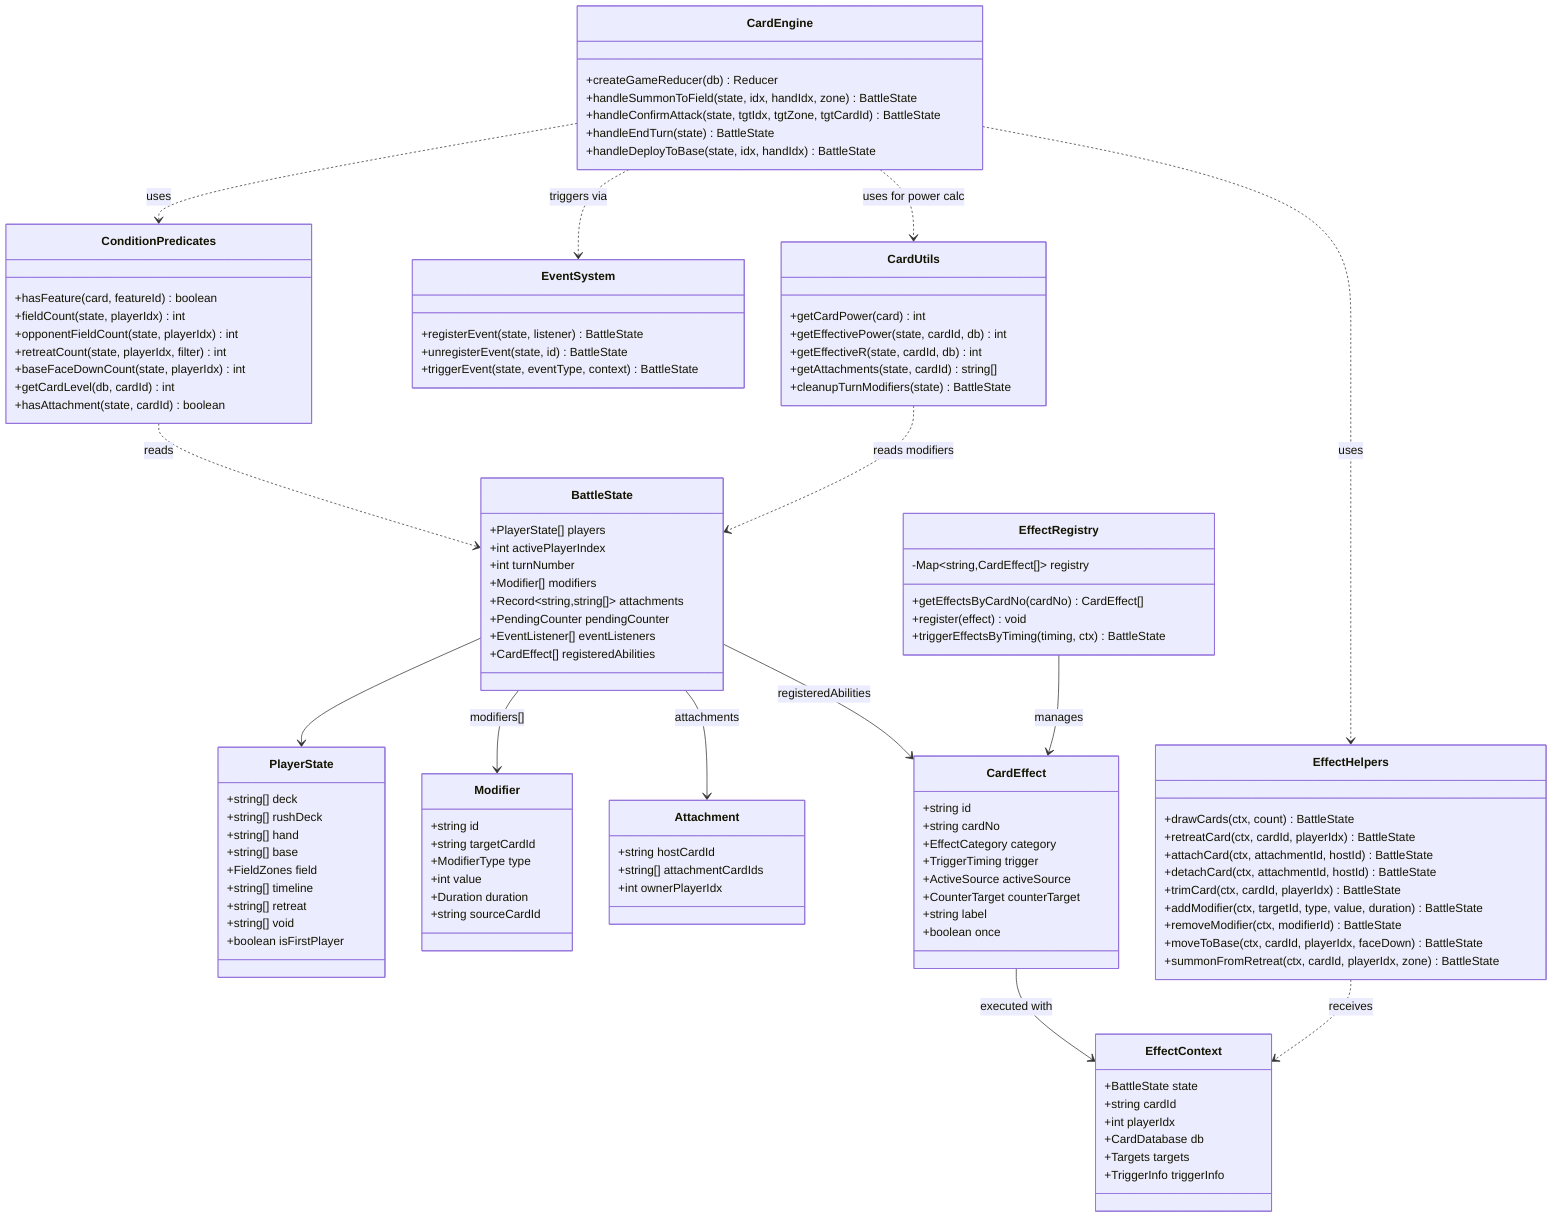
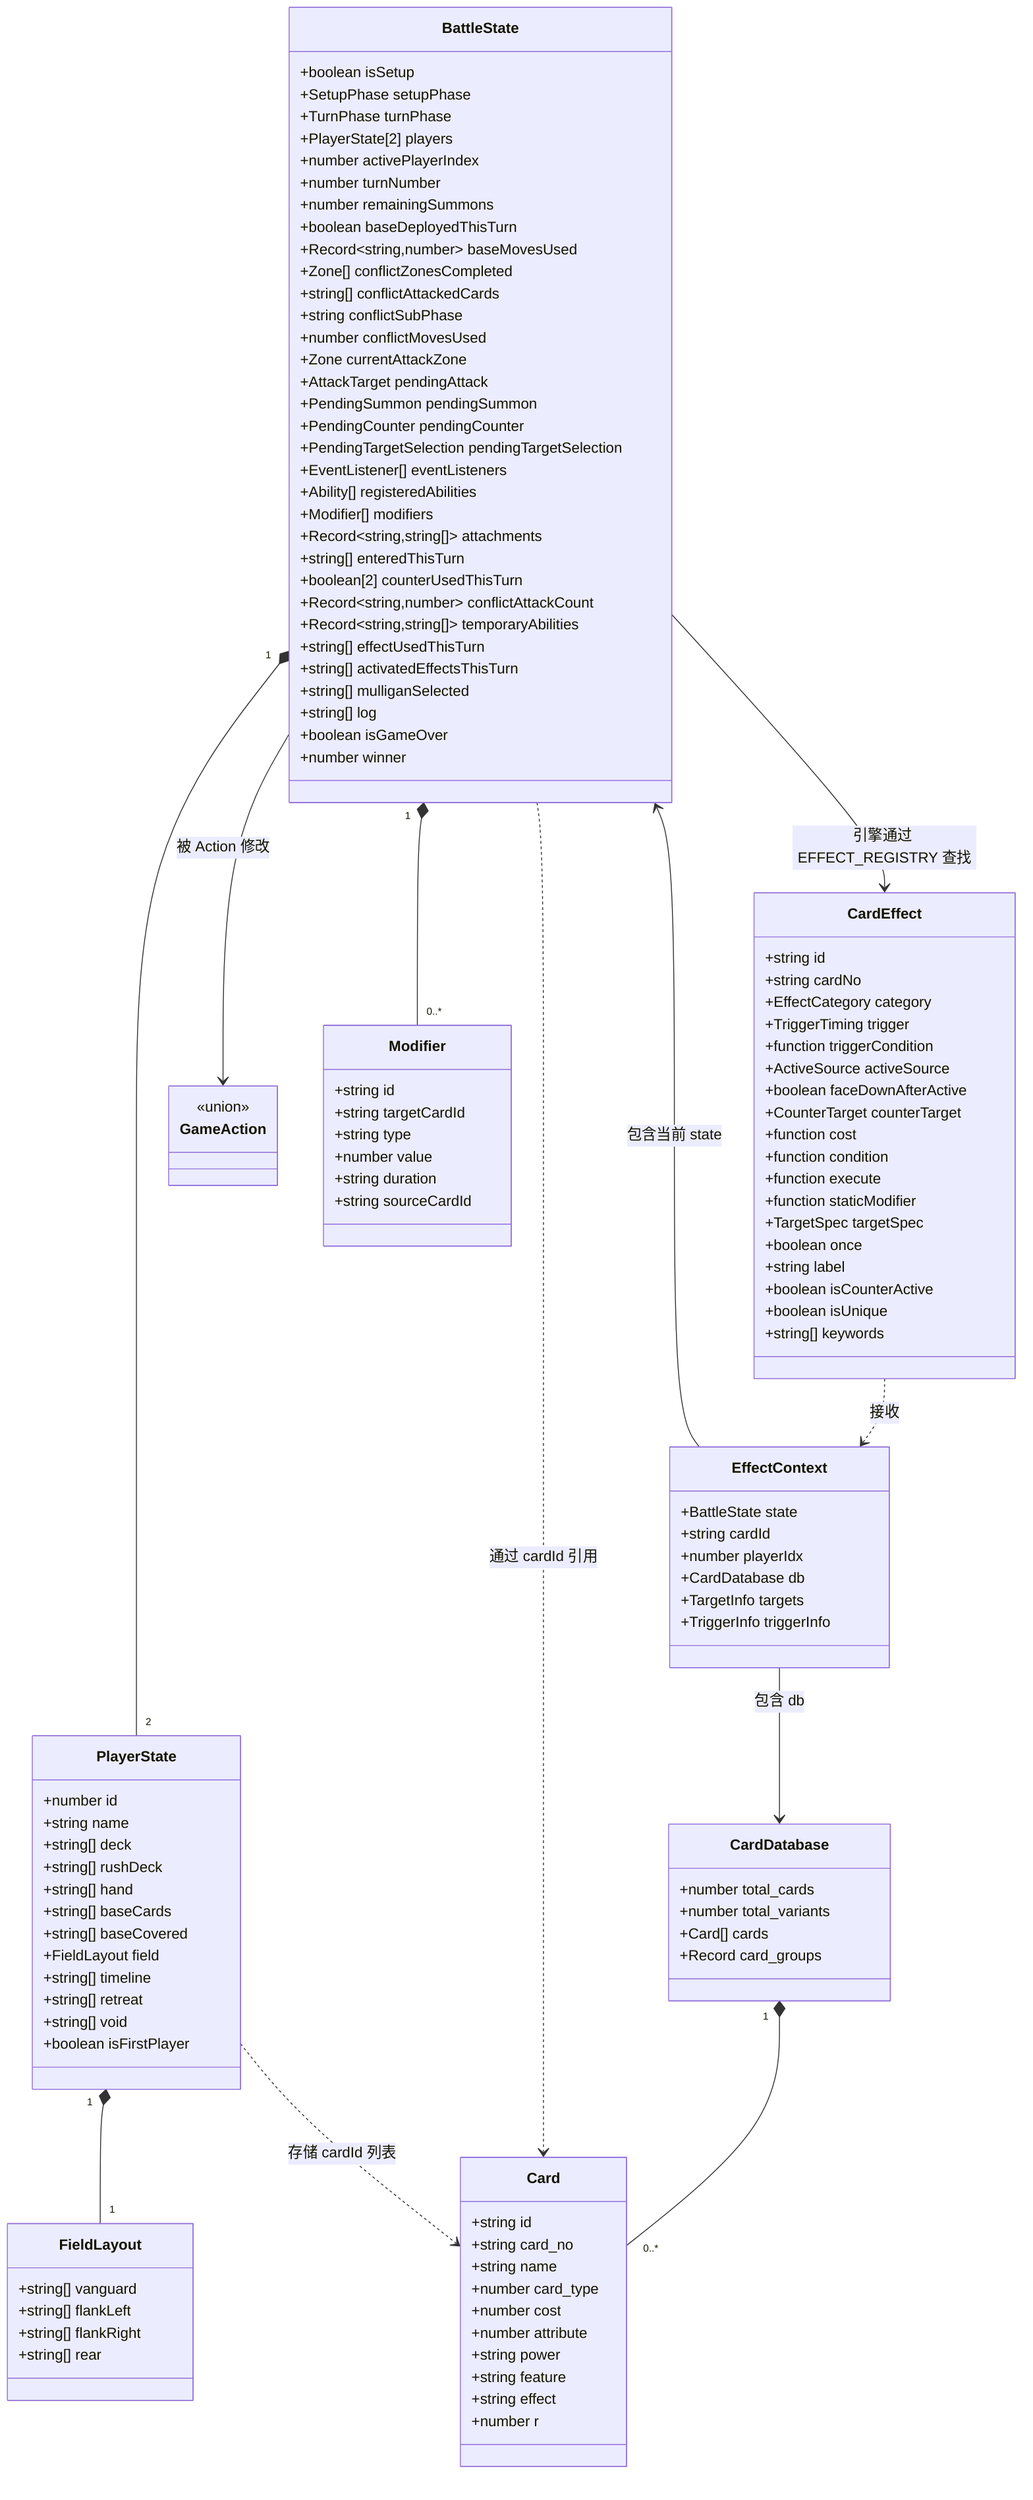
classDiagram
    class BattleState {
-         +PlayerState[] players
-         +int activePlayerIndex
-         +int turnNumber
+         +boolean isSetup
+         +SetupPhase setupPhase
+         +TurnPhase turnPhase
+         +PlayerState[2] players
+         +number activePlayerIndex
+         +number turnNumber
+         +number remainingSummons
+         +boolean baseDeployedThisTurn
+         +Record~string,number~ baseMovesUsed
+         +Zone[] conflictZonesCompleted
+         +string[] conflictAttackedCards
+         +string conflictSubPhase
+         +number conflictMovesUsed
+         +Zone currentAttackZone
+         +AttackTarget pendingAttack
+         +PendingSummon pendingSummon
+         +PendingCounter pendingCounter
+         +PendingTargetSelection pendingTargetSelection
+         +EventListener[] eventListeners
+         +Ability[] registeredAbilities
        +Modifier[] modifiers
        +Record~string,string[]~ attachments
-         +PendingCounter pendingCounter
-         +EventListener[] eventListeners
-         +CardEffect[] registeredAbilities
+         +string[] enteredThisTurn
+         +boolean[2] counterUsedThisTurn
+         +Record~string,number~ conflictAttackCount
+         +Record~string,string[]~ temporaryAbilities
+         +string[] effectUsedThisTurn
+         +string[] activatedEffectsThisTurn
+         +string[] mulliganSelected
+         +string[] log
+         +boolean isGameOver
+         +number winner
    }

    class PlayerState {
+         +number id
+         +string name
        +string[] deck
        +string[] rushDeck
        +string[] hand
-         +string[] base
-         +FieldZones field
+         +string[] baseCards
+         +string[] baseCovered
+         +FieldLayout field
        +string[] timeline
        +string[] retreat
        +string[] void
        +boolean isFirstPlayer
    }

-     class Modifier {
-         +string id
-         +string targetCardId
-         +ModifierType type
-         +int value
-         +Duration duration
-         +string sourceCardId
-     }
- 
-     class Attachment {
-         +string hostCardId
-         +string[] attachmentCardIds
-         +int ownerPlayerIdx
+     class FieldLayout {
+         +string[] vanguard
+         +string[] flankLeft
+         +string[] flankRight
+         +string[] rear
    }

    class CardEffect {
        +string id
        +string cardNo
        +EffectCategory category
        +TriggerTiming trigger
+         +function triggerCondition
        +ActiveSource activeSource
+         +boolean faceDownAfterActive
        +CounterTarget counterTarget
+         +function cost
+         +function condition
+         +function execute
+         +function staticModifier
+         +TargetSpec targetSpec
+         +boolean once
        +string label
-         +boolean once
+         +boolean isCounterActive
+         +boolean isUnique
+         +string[] keywords
    }

    class EffectContext {
        +BattleState state
        +string cardId
-         +int playerIdx
+         +number playerIdx
        +CardDatabase db
-         +Targets targets
+         +TargetInfo targets
        +TriggerInfo triggerInfo
    }

-     class EffectRegistry {
-         -Map~string,CardEffect[]~ registry
-         +getEffectsByCardNo(cardNo) CardEffect[]
-         +register(effect) void
-         +triggerEffectsByTiming(timing, ctx) BattleState
+     class GameAction {
+         <<union>>
    }

-     class EffectHelpers {
-         +drawCards(ctx, count) BattleState
-         +retreatCard(ctx, cardId, playerIdx) BattleState
-         +attachCard(ctx, attachmentId, hostId) BattleState
-         +detachCard(ctx, attachmentId, hostId) BattleState
-         +trimCard(ctx, cardId, playerIdx) BattleState
-         +addModifier(ctx, targetId, type, value, duration) BattleState
-         +removeModifier(ctx, modifierId) BattleState
-         +moveToBase(ctx, cardId, playerIdx, faceDown) BattleState
-         +summonFromRetreat(ctx, cardId, playerIdx, zone) BattleState
+     class Card {
+         +string id
+         +string card_no
+         +string name
+         +number card_type
+         +number cost
+         +number attribute
+         +string power
+         +string feature
+         +string effect
+         +number r
    }

-     class ConditionPredicates {
-         +hasFeature(card, featureId) boolean
-         +fieldCount(state, playerIdx) int
-         +opponentFieldCount(state, playerIdx) int
-         +retreatCount(state, playerIdx, filter) int
-         +baseFaceDownCount(state, playerIdx) int
-         +getCardLevel(db, cardId) int
-         +hasAttachment(state, cardId) boolean
+     class CardDatabase {
+         +number total_cards
+         +number total_variants
+         +Card[] cards
+         +Record card_groups
    }

-     class CardEngine {
-         +createGameReducer(db) Reducer
-         +handleSummonToField(state, idx, handIdx, zone) BattleState
-         +handleConfirmAttack(state, tgtIdx, tgtZone, tgtCardId) BattleState
-         +handleEndTurn(state) BattleState
-         +handleDeployToBase(state, idx, handIdx) BattleState
+     class Modifier {
+         +string id
+         +string targetCardId
+         +string type
+         +number value
+         +string duration
+         +string sourceCardId
    }

-     class EventSystem {
-         +registerEvent(state, listener) BattleState
-         +unregisterEvent(state, id) BattleState
-         +triggerEvent(state, eventType, context) BattleState
-     }
- 
-     class CardUtils {
-         +getCardPower(card) int
-         +getEffectivePower(state, cardId, db) int
-         +getEffectiveR(state, cardId, db) int
-         +getAttachments(state, cardId) string[]
-         +cleanupTurnModifiers(state) BattleState
-     }
- 
-     BattleState --> PlayerState
-     BattleState --> Modifier : modifiers[]
-     BattleState --> Attachment : attachments
-     BattleState --> CardEffect : registeredAbilities
-     CardEffect --> EffectContext : executed with
-     EffectRegistry --> CardEffect : manages
-     CardEngine ..> EffectHelpers : uses
-     CardEngine ..> ConditionPredicates : uses
-     CardEngine ..> EventSystem : triggers via
-     EffectHelpers ..> EffectContext : receives
-     ConditionPredicates ..> BattleState : reads
-     CardUtils ..> BattleState : reads modifiers
-     CardEngine ..> CardUtils : uses for power calc+     BattleState "1" *-- "2" PlayerState
+     PlayerState "1" *-- "1" FieldLayout
+     BattleState "1" *-- "0..*" Modifier
+     BattleState --> CardEffect : 引擎通过 EFFECT_REGISTRY 查找
+     CardEffect ..> EffectContext : 接收
+     EffectContext --> BattleState : 包含当前 state
+     EffectContext --> CardDatabase : 包含 db
+     BattleState --> GameAction : 被 Action 修改
+     CardDatabase "1" *-- "0..*" Card
+     BattleState ..> Card : 通过 cardId 引用
+     PlayerState ..> Card : 存储 cardId 列表
